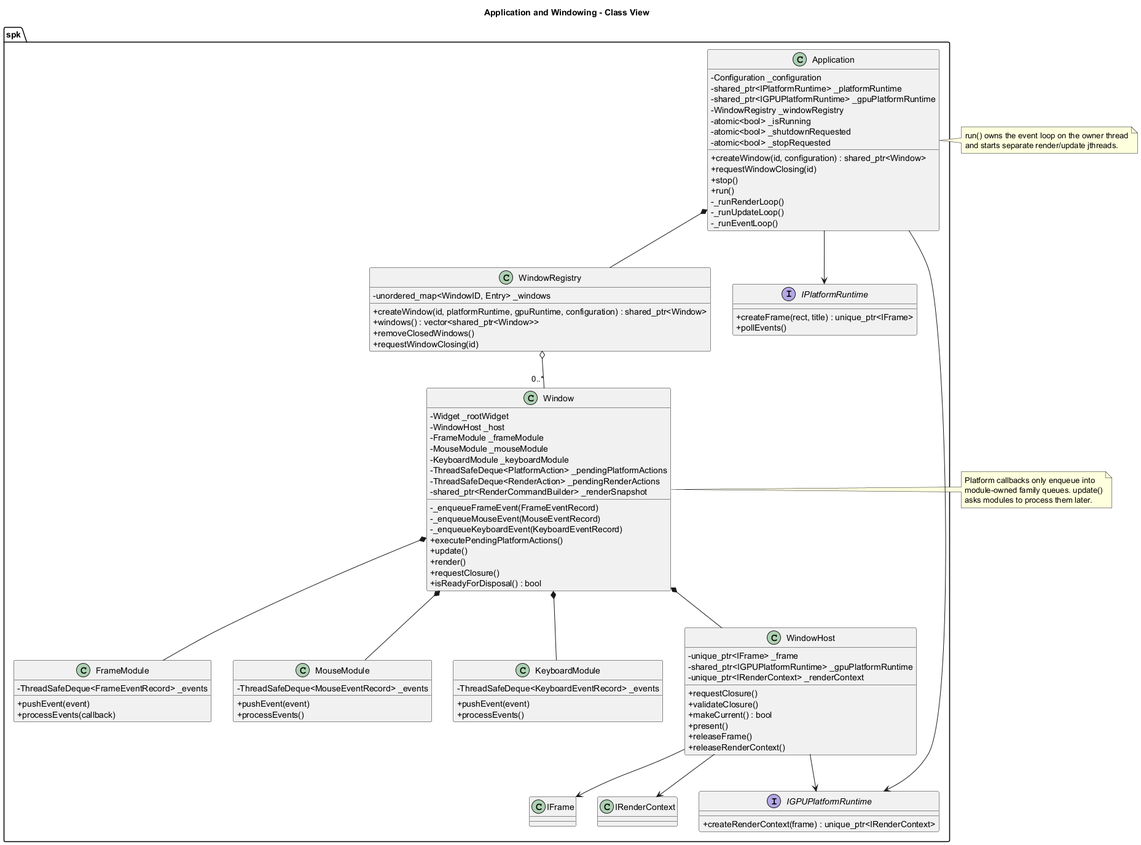
Before: documentation/architecture/diagrams/application-windowing-class.png, a diagram exported from PlantUML (Hyarius/Sparkle).
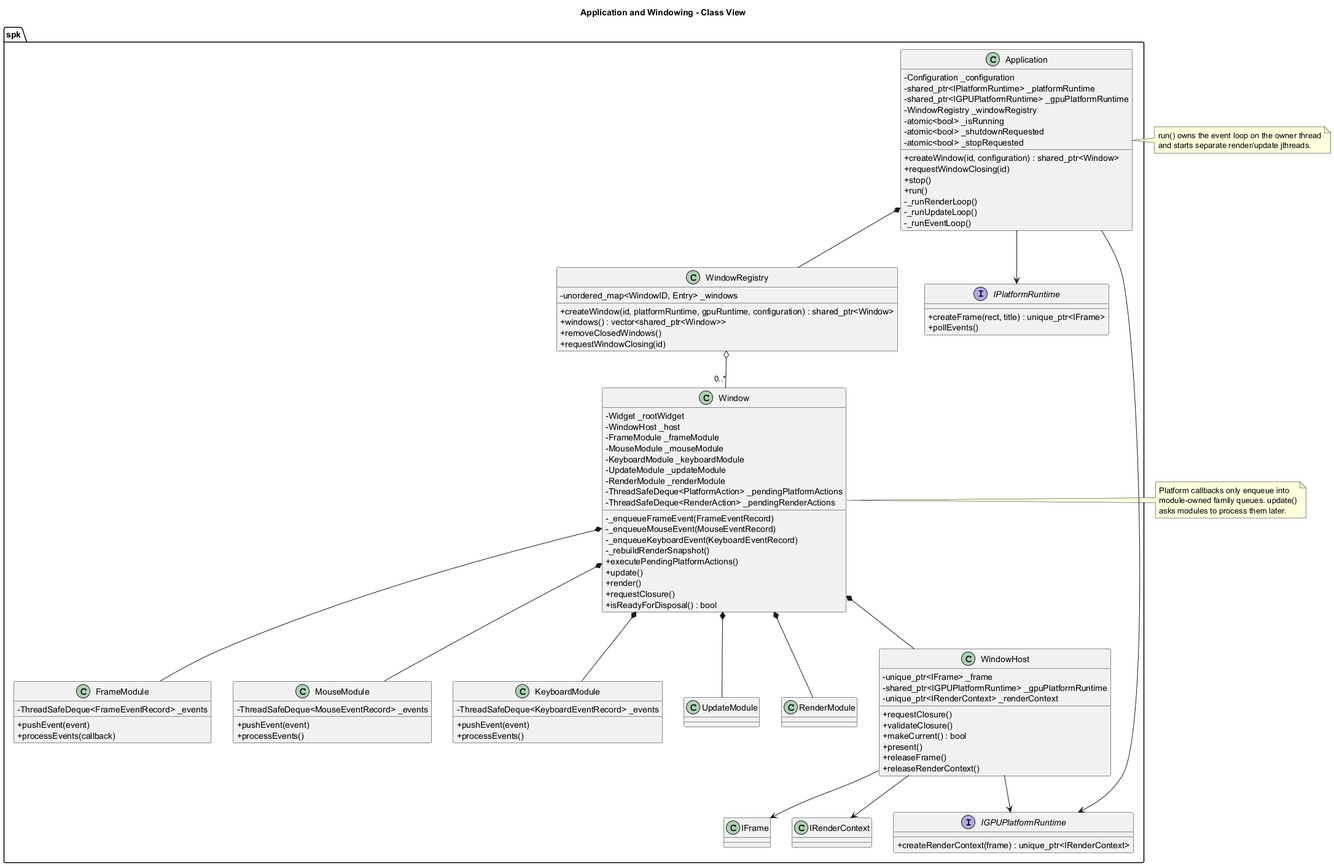
After the commit.

Diff of the diagram source:
```diff
@@ -35,12 +35,14 @@
 		- FrameModule _frameModule
 		- MouseModule _mouseModule
 		- KeyboardModule _keyboardModule
+		- UpdateModule _updateModule
+		- RenderModule _renderModule
 		- ThreadSafeDeque<PlatformAction> _pendingPlatformActions
 		- ThreadSafeDeque<RenderAction> _pendingRenderActions
-		- shared_ptr<RenderCommandBuilder> _renderSnapshot
 		- _enqueueFrameEvent(FrameEventRecord)
 		- _enqueueMouseEvent(MouseEventRecord)
 		- _enqueueKeyboardEvent(KeyboardEventRecord)
+		- _rebuildRenderSnapshot()
 		+ executePendingPlatformActions()
 		+ update()
 		+ render()
@@ -96,6 +98,8 @@
 spk.Window *-- spk.FrameModule
 spk.Window *-- spk.MouseModule
 spk.Window *-- spk.KeyboardModule
+spk.Window *-- spk.UpdateModule
+spk.Window *-- spk.RenderModule
 spk.WindowHost --> spk.IFrame
 spk.WindowHost --> spk.IGPUPlatformRuntime
 spk.WindowHost --> spk.IRenderContext
```
